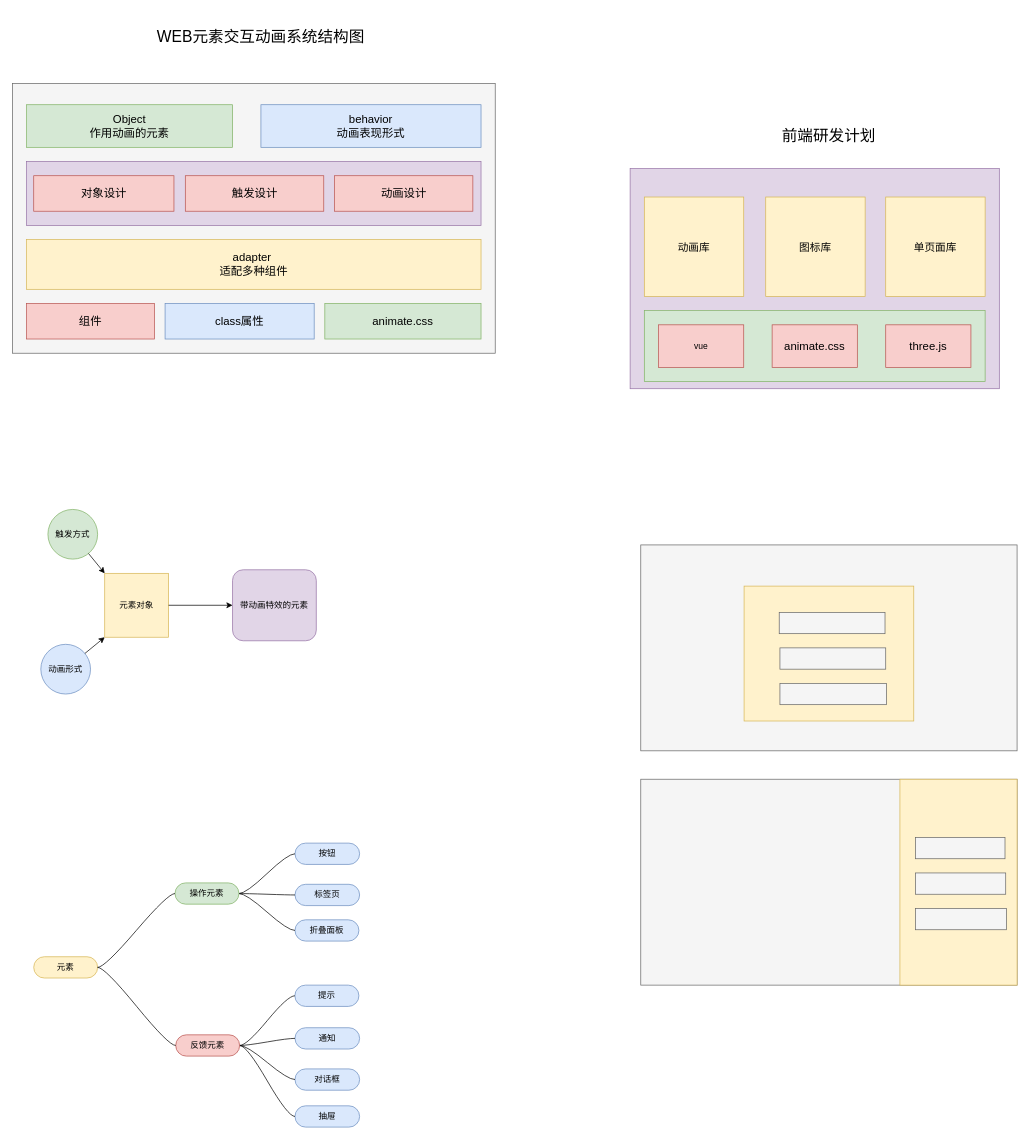
Earlier version of the draw.io diagram WEB元素交互动画系统设计.drawio (meterXu/drawiofile). Source tidied: cells renumbered, new cells numbered last; positions are measured from the earlier drawing's top-left corner, leaving out a move shared by most shapes. Both pictures are drawn from the tidied source at 71%, with x=0, y=0 at pixel (12, 12).
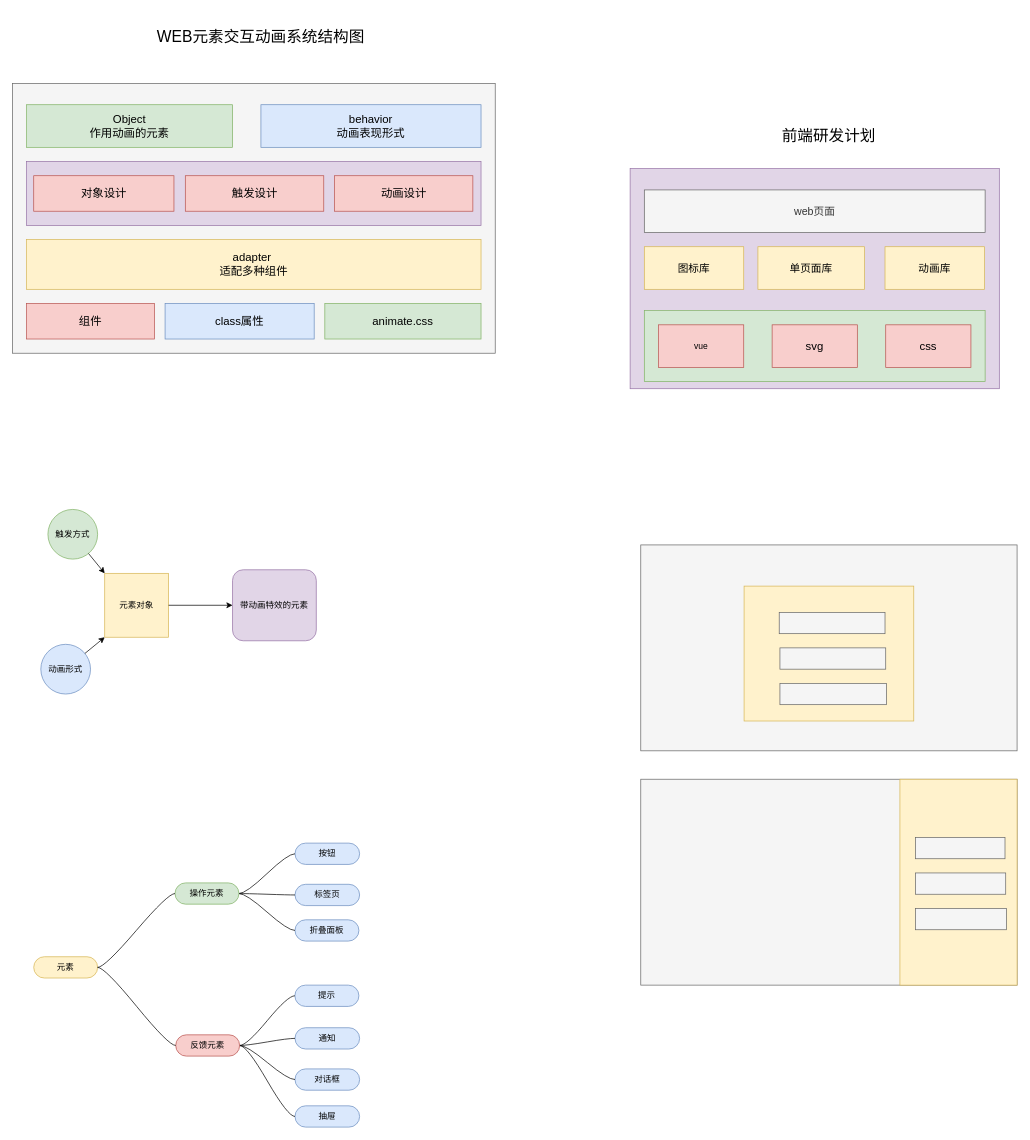
After the change.

Commit message:
Update WEB元素交互动画系统设计.drawio

What changed in the source:
```diff
@@
     <mxCell id="42" value="&lt;font style=&quot;font-size: 15px&quot;&gt;图标库&lt;/font&gt;" style="rounded=0;whiteSpace=wrap;html=1;fillColor=#fff2cc;strokeColor=#d6b656;" parent="1" vertex="1">
-      <mxGeometry x="1061" y="260" width="140" height="140" as="geometry" />
+      <mxGeometry x="890" y="330" width="140" height="60" as="geometry" />
     </mxCell>
-    <mxCell id="43" value="&lt;font style=&quot;font-size: 15px&quot;&gt;动画库&lt;/font&gt;" style="rounded=0;whiteSpace=wrap;html=1;fillColor=#fff2cc;strokeColor=#d6b656;" parent="1" vertex="1">
-      <mxGeometry x="890" y="260" width="140" height="140" as="geometry" />
-    </mxCell>
     <mxCell id="44" value="&lt;font style=&quot;font-size: 15px&quot;&gt;单页面库&lt;/font&gt;" style="rounded=0;whiteSpace=wrap;html=1;fillColor=#fff2cc;strokeColor=#d6b656;" parent="1" vertex="1">
-      <mxGeometry x="1230" y="260" width="140" height="140" as="geometry" />
+      <mxGeometry x="1050" y="330" width="150" height="60" as="geometry" />
     </mxCell>
@@
-    <mxCell id="47" value="&lt;span style=&quot;font-size: 16px&quot;&gt;animate.css&lt;/span&gt;" style="rounded=0;whiteSpace=wrap;html=1;fillColor=#f8cecc;strokeColor=#b85450;" parent="1" vertex="1">
+    <mxCell id="47" value="&lt;span style=&quot;font-size: 16px&quot;&gt;svg&lt;/span&gt;" style="rounded=0;whiteSpace=wrap;html=1;fillColor=#f8cecc;strokeColor=#b85450;" parent="1" vertex="1">
       <mxGeometry x="1070" y="440" width="120" height="60" as="geometry" />
     </mxCell>
-    <mxCell id="48" value="&lt;span style=&quot;font-size: 16px&quot;&gt;three.js&lt;/span&gt;" style="rounded=0;whiteSpace=wrap;html=1;fillColor=#f8cecc;strokeColor=#b85450;" parent="1" vertex="1">
+    <mxCell id="48" value="&lt;span style=&quot;font-size: 16px&quot;&gt;css&lt;/span&gt;" style="rounded=0;whiteSpace=wrap;html=1;fillColor=#f8cecc;strokeColor=#b85450;" parent="1" vertex="1">
       <mxGeometry x="1230" y="440" width="120" height="60" as="geometry" />
     </mxCell>
@@
+    <mxCell id="59" value="&lt;font style=&quot;font-size: 15px&quot;&gt;web页面&lt;br&gt;&lt;/font&gt;" style="rounded=0;whiteSpace=wrap;html=1;fillColor=#f5f5f5;strokeColor=#666666;fontColor=#333333;" parent="1" vertex="1">
+      <mxGeometry x="890" y="250" width="480" height="60" as="geometry" />
+    </mxCell>
+    <mxCell id="43" value="&lt;span style=&quot;font-size: 15px&quot;&gt;动画库&lt;/span&gt;" style="rounded=0;whiteSpace=wrap;html=1;fillColor=#fff2cc;strokeColor=#d6b656;" parent="1" vertex="1">
+      <mxGeometry x="1229" y="330" width="140" height="60" as="geometry" />
+    </mxCell>
```
